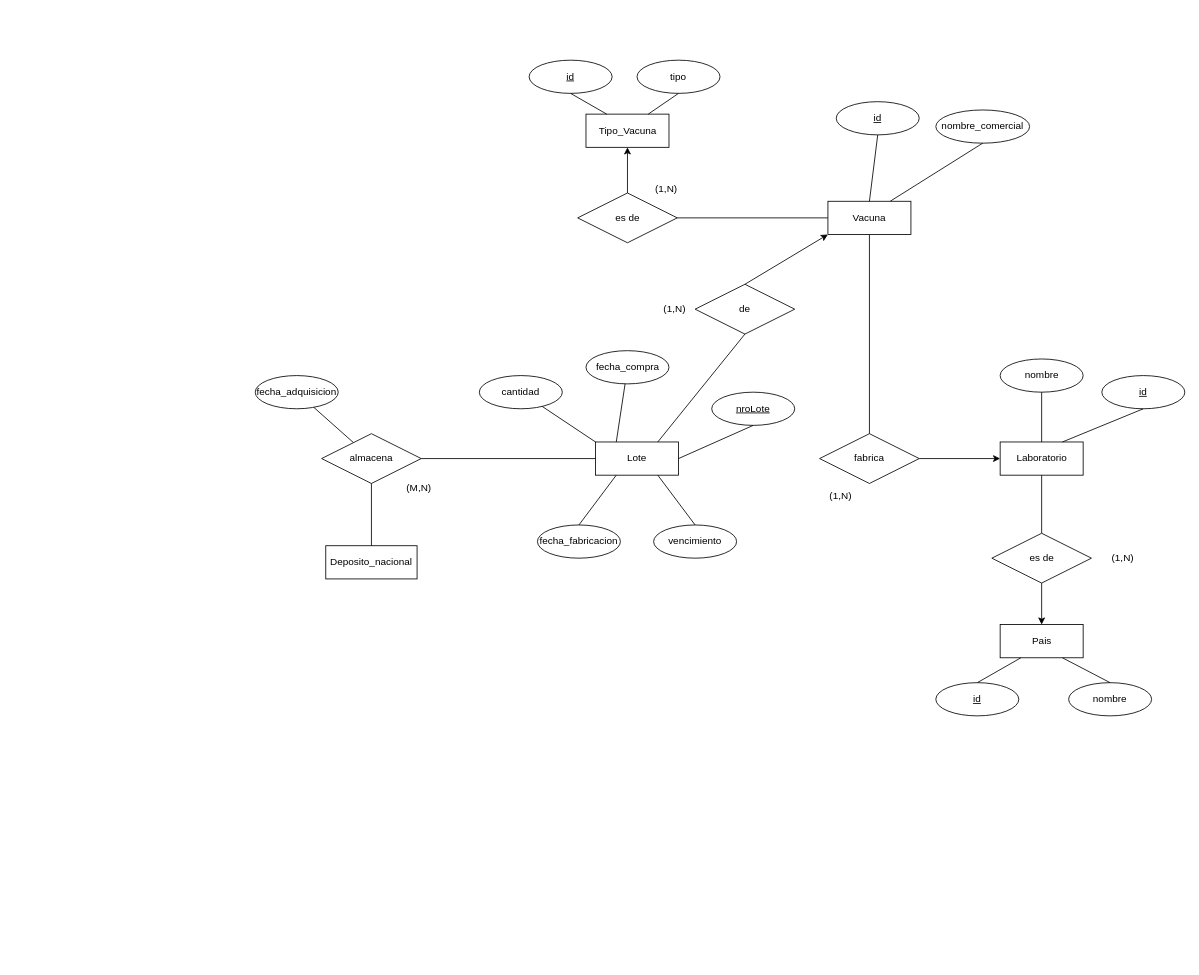
This is page "Página-6" (6 of 6) of dev/DER_Vacunatorio.drawio from Manug95/Argentina-Vacuna, a draw.io file, before an edit. Source tidied: cells renumbered, new cells numbered last; positions are measured from the earlier drawing's top-left corner, leaving out a move shared by most shapes. Both pictures are drawn from the tidied source at 83%, with x=0, y=0 at pixel (255, 60).
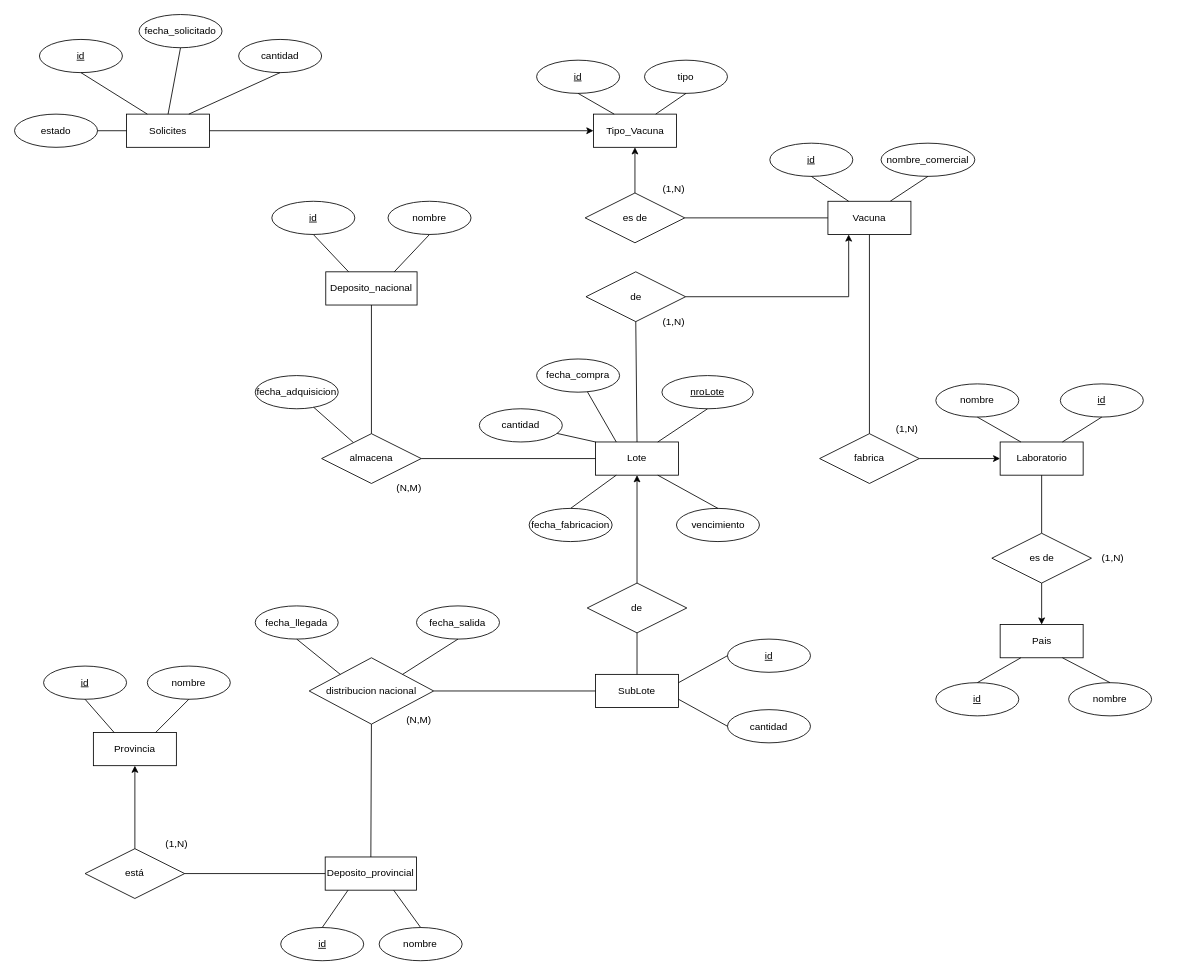
After the change.

Unchanged cells that the change refers to:
```xml
<mxCell id="2" value="Lote" style="whiteSpace=wrap;html=1;align=center;" parent="1" vertex="1">
  <mxGeometry x="410" y="460" width="100" height="40" as="geometry" />
</mxCell>
<mxCell id="3" value="Laboratorio" style="whiteSpace=wrap;html=1;align=center;" parent="1" vertex="1">
  <mxGeometry x="897.5" y="460" width="100" height="40" as="geometry" />
</mxCell>
<mxCell id="43" value="almacena" style="shape=rhombus;perimeter=rhombusPerimeter;whiteSpace=wrap;html=1;align=center;" parent="1" vertex="1">
  <mxGeometry x="80" y="450" width="120" height="60" as="geometry" />
</mxCell>
<mxCell id="49" value="Vacuna" style="whiteSpace=wrap;html=1;align=center;" parent="1" vertex="1">
  <mxGeometry x="690" y="170" width="100" height="40" as="geometry" />
</mxCell>
```

Change to the diagram source:
```diff
@@
     <mxCell id="4" value="nombre" style="ellipse;whiteSpace=wrap;html=1;align=center;" parent="1" vertex="1">
-      <mxGeometry x="897.5" y="360" width="100" height="40" as="geometry" />
+      <mxGeometry x="820" y="390" width="100" height="40" as="geometry" />
     </mxCell>
     <mxCell id="5" value="id" style="ellipse;whiteSpace=wrap;html=1;align=center;fontStyle=4;" parent="1" vertex="1">
-      <mxGeometry x="1020" y="380" width="100" height="40" as="geometry" />
+      <mxGeometry x="970" y="390" width="100" height="40" as="geometry" />
     </mxCell>
     <mxCell id="6" value="nroLote" style="ellipse;whiteSpace=wrap;html=1;align=center;fontStyle=4;" parent="1" vertex="1">
-      <mxGeometry x="550" y="400" width="100" height="40" as="geometry" />
+      <mxGeometry x="490" y="380" width="110" height="40" as="geometry" />
     </mxCell>
     <mxCell id="7" value="nombre_comercial" style="ellipse;whiteSpace=wrap;html=1;align=center;" parent="1" vertex="1">
-      <mxGeometry x="820" y="60" width="113" height="40" as="geometry" />
+      <mxGeometry x="754" y="100" width="113" height="40" as="geometry" />
     </mxCell>
     <mxCell id="8" value="fecha_fabricacion" style="ellipse;whiteSpace=wrap;html=1;align=center;" parent="1" vertex="1">
-      <mxGeometry x="340" y="560" width="100" height="40" as="geometry" />
+      <mxGeometry x="330" y="540" width="100" height="40" as="geometry" />
     </mxCell>
     <mxCell id="9" value="vencimiento" style="ellipse;whiteSpace=wrap;html=1;align=center;" parent="1" vertex="1">
-      <mxGeometry x="480" y="560" width="100" height="40" as="geometry" />
+      <mxGeometry x="507.5" y="540" width="100" height="40" as="geometry" />
     </mxCell>
@@
     <mxCell id="13" value="(1,N)" style="text;html=1;align=center;verticalAlign=middle;strokeColor=none;fillColor=none;" parent="1" vertex="1">
-      <mxGeometry x="680" y="510" width="50" height="30" as="geometry" />
+      <mxGeometry x="760" y="430" width="50" height="30" as="geometry" />
     </mxCell>
@@
-    <mxCell id="15" style="endArrow=none;html=1;rounded=0;entryX=0.5;entryY=1;entryDx=0;entryDy=0;exitX=1;exitY=0.5;exitDx=0;exitDy=0;" parent="1" edge="1" source="2" target="6">
+    <mxCell id="15" style="endArrow=none;html=1;rounded=0;entryX=0.5;entryY=1;entryDx=0;entryDy=0;exitX=0.75;exitY=0;exitDx=0;exitDy=0;" parent="1" edge="1" source="2" target="6">
       <mxGeometry relative="1" as="geometry" />
     </mxCell>
@@
-    <mxCell id="18" style="endArrow=none;html=1;rounded=0;entryX=0.5;entryY=1;entryDx=0;entryDy=0;exitX=0.5;exitY=0;exitDx=0;exitDy=0;" parent="1" edge="1" source="3" target="4">
+    <mxCell id="18" style="endArrow=none;html=1;rounded=0;entryX=0.5;entryY=1;entryDx=0;entryDy=0;exitX=0.25;exitY=0;exitDx=0;exitDy=0;" parent="1" edge="1" source="3" target="4">
       <mxGeometry relative="1" as="geometry" />
     </mxCell>
@@
     <mxCell id="21" value="Tipo_Vacuna" style="whiteSpace=wrap;html=1;align=center;" parent="1" vertex="1">
-      <mxGeometry x="398.5" y="65" width="100" height="40" as="geometry" />
+      <mxGeometry x="407.5" y="65" width="100" height="40" as="geometry" />
     </mxCell>
     <mxCell id="22" value="id" style="ellipse;whiteSpace=wrap;html=1;align=center;fontStyle=4;" parent="1" vertex="1">
-      <mxGeometry x="330" width="100" height="40" as="geometry" />
+      <mxGeometry x="339" width="100" height="40" as="geometry" />
     </mxCell>
     <mxCell id="23" value="tipo" style="ellipse;whiteSpace=wrap;html=1;align=center;" parent="1" vertex="1">
-      <mxGeometry x="460" width="100" height="40" as="geometry" />
+      <mxGeometry x="469" width="100" height="40" as="geometry" />
     </mxCell>
     <mxCell id="24" value="es de" style="shape=rhombus;perimeter=rhombusPerimeter;whiteSpace=wrap;html=1;align=center;" parent="1" vertex="1">
-      <mxGeometry x="388.5" y="160" width="120" height="60" as="geometry" />
+      <mxGeometry x="397.5" y="160" width="120" height="60" as="geometry" />
     </mxCell>
@@
     <mxCell id="29" value="(1,N)" style="text;html=1;align=center;verticalAlign=middle;strokeColor=none;fillColor=none;" parent="1" vertex="1">
-      <mxGeometry x="470" y="140" width="50" height="30" as="geometry" />
+      <mxGeometry x="479" y="140" width="50" height="30" as="geometry" />
     </mxCell>
@@
     <mxCell id="37" value="(1,N)" style="text;html=1;align=center;verticalAlign=middle;strokeColor=none;fillColor=none;" parent="1" vertex="1">
-      <mxGeometry x="1020" y="585" width="50" height="30" as="geometry" />
+      <mxGeometry x="1007.5" y="585" width="50" height="30" as="geometry" />
     </mxCell>
     <mxCell id="38" value="fecha_compra" style="ellipse;whiteSpace=wrap;html=1;align=center;" parent="1" vertex="1">
-      <mxGeometry x="398.5" y="350" width="100" height="40" as="geometry" />
+      <mxGeometry x="339" y="360" width="100" height="40" as="geometry" />
     </mxCell>
@@
     <mxCell id="42" value="Deposito_nacional" style="whiteSpace=wrap;html=1;align=center;" parent="1" vertex="1">
-      <mxGeometry x="85" y="585" width="110" height="40" as="geometry" />
+      <mxGeometry x="85" y="255" width="110" height="40" as="geometry" />
     </mxCell>
@@
-    <mxCell id="44" style="endArrow=none;html=1;rounded=0;exitX=0.5;exitY=1;exitDx=0;exitDy=0;startArrow=none;startFill=0;endFill=0;entryX=0.5;entryY=0;entryDx=0;entryDy=0;" parent="1" edge="1" source="43" target="42">
+    <mxCell id="44" style="endArrow=none;html=1;rounded=0;startArrow=none;startFill=0;endFill=0;entryX=0.5;entryY=1;entryDx=0;entryDy=0;exitX=0.5;exitY=0;exitDx=0;exitDy=0;" parent="1" edge="1" source="43" target="42">
       <mxGeometry relative="1" as="geometry" />
     </mxCell>
     <mxCell id="45" value="cantidad" style="ellipse;whiteSpace=wrap;html=1;align=center;" parent="1" vertex="1">
-      <mxGeometry x="270" y="380" width="100" height="40" as="geometry" />
+      <mxGeometry x="270" y="420" width="100" height="40" as="geometry" />
     </mxCell>
@@
-    <mxCell id="48" value="(M,N)" style="text;html=1;align=center;verticalAlign=middle;strokeColor=none;fillColor=none;" parent="1" vertex="1">
-      <mxGeometry x="171.5" y="500" width="50" height="30" as="geometry" />
+    <mxCell id="48" value="(N,M)" style="text;html=1;align=center;verticalAlign=middle;strokeColor=none;fillColor=none;" parent="1" vertex="1">
+      <mxGeometry x="160" y="500" width="50" height="30" as="geometry" />
     </mxCell>
@@
     <mxCell id="50" value="id" style="ellipse;whiteSpace=wrap;html=1;align=center;fontStyle=4;" parent="1" vertex="1">
-      <mxGeometry x="700" y="50" width="100" height="40" as="geometry" />
+      <mxGeometry x="620" y="100" width="100" height="40" as="geometry" />
     </mxCell>
-    <mxCell id="51" style="endArrow=none;html=1;rounded=0;entryX=0.5;entryY=1;entryDx=0;entryDy=0;exitX=0.5;exitY=0;exitDx=0;exitDy=0;" parent="1" edge="1" source="49" target="50">
+    <mxCell id="51" style="endArrow=none;html=1;rounded=0;entryX=0.5;entryY=1;entryDx=0;entryDy=0;exitX=0.25;exitY=0;exitDx=0;exitDy=0;" parent="1" edge="1" source="49" target="50">
       <mxGeometry relative="1" as="geometry" />
     </mxCell>
     <mxCell id="52" value="de" style="shape=rhombus;perimeter=rhombusPerimeter;whiteSpace=wrap;html=1;align=center;" parent="1" vertex="1">
-      <mxGeometry x="530" y="270" width="120" height="60" as="geometry" />
+      <mxGeometry x="398.5" y="255" width="120" height="60" as="geometry" />
     </mxCell>
-    <mxCell id="53" style="endArrow=classic;html=1;rounded=0;entryX=0;entryY=1;entryDx=0;entryDy=0;exitX=0.5;exitY=0;exitDx=0;exitDy=0;" parent="1" edge="1" source="52" target="49">
-      <mxGeometry relative="1" as="geometry" />
+    <mxCell id="53" style="endArrow=classic;html=1;rounded=0;entryX=0.25;entryY=1;entryDx=0;entryDy=0;exitX=1;exitY=0.5;exitDx=0;exitDy=0;" parent="1" edge="1" source="52" target="49">
+      <mxGeometry relative="1" as="geometry">
+        <Array as="points">
+          <mxPoint x="715" y="285" />
+        </Array>
+      </mxGeometry>
     </mxCell>
-    <mxCell id="54" style="endArrow=none;html=1;rounded=0;entryX=0.5;entryY=1;entryDx=0;entryDy=0;exitX=0.75;exitY=0;exitDx=0;exitDy=0;" parent="1" edge="1" source="2" target="52">
+    <mxCell id="54" style="endArrow=none;html=1;rounded=0;entryX=0.5;entryY=1;entryDx=0;entryDy=0;exitX=0.5;exitY=0;exitDx=0;exitDy=0;" parent="1" edge="1" source="2" target="52">
       <mxGeometry relative="1" as="geometry" />
     </mxCell>
     <mxCell id="55" value="(1,N)" style="text;html=1;align=center;verticalAlign=middle;strokeColor=none;fillColor=none;" parent="1" vertex="1">
-      <mxGeometry x="480" y="285" width="50" height="30" as="geometry" />
+      <mxGeometry x="479" y="300" width="50" height="30" as="geometry" />
     </mxCell>
+    <mxCell id="56" value="distribucion nacional" style="shape=rhombus;perimeter=rhombusPerimeter;whiteSpace=wrap;html=1;align=center;" parent="1" vertex="1">
+      <mxGeometry x="65" y="720" width="150" height="80" as="geometry" />
+    </mxCell>
+    <mxCell id="57" value="(N,M)" style="text;html=1;align=center;verticalAlign=middle;strokeColor=none;fillColor=none;" parent="1" vertex="1">
+      <mxGeometry x="171.5" y="780" width="50" height="30" as="geometry" />
+    </mxCell>
+    <mxCell id="58" value="fecha_salida" style="ellipse;whiteSpace=wrap;html=1;align=center;" parent="1" vertex="1">
+      <mxGeometry x="194.3" y="657.5" width="100" height="40" as="geometry" />
+    </mxCell>
+    <mxCell id="59" style="endArrow=none;html=1;rounded=0;entryX=1;entryY=0;entryDx=0;entryDy=0;exitX=0.5;exitY=1;exitDx=0;exitDy=0;" parent="1" edge="1" source="58" target="56">
+      <mxGeometry relative="1" as="geometry" />
+    </mxCell>
+    <mxCell id="60" value="fecha_llegada" style="ellipse;whiteSpace=wrap;html=1;align=center;" parent="1" vertex="1">
+      <mxGeometry y="657.5" width="100" height="40" as="geometry" />
+    </mxCell>
+    <mxCell id="61" style="endArrow=none;html=1;rounded=0;exitX=0.5;exitY=1;exitDx=0;exitDy=0;entryX=0;entryY=0;entryDx=0;entryDy=0;" parent="1" edge="1" source="60" target="56">
+      <mxGeometry relative="1" as="geometry" />
+    </mxCell>
+    <mxCell id="62" value="Deposito_provincial" style="whiteSpace=wrap;html=1;align=center;" parent="1" vertex="1">
+      <mxGeometry x="84.3" y="960" width="110" height="40" as="geometry" />
+    </mxCell>
+    <mxCell id="63" value="id" style="ellipse;whiteSpace=wrap;html=1;align=center;fontStyle=4;" parent="1" vertex="1">
+      <mxGeometry x="30.7" y="1045" width="100" height="40" as="geometry" />
+    </mxCell>
+    <mxCell id="64" style="endArrow=none;html=1;rounded=0;entryX=0.5;entryY=0;entryDx=0;entryDy=0;exitX=0.25;exitY=1;exitDx=0;exitDy=0;" parent="1" edge="1" source="62" target="63">
+      <mxGeometry relative="1" as="geometry" />
+    </mxCell>
+    <mxCell id="65" style="endArrow=none;html=1;rounded=0;exitX=0.5;exitY=0;exitDx=0;exitDy=0;entryX=0.5;entryY=1;entryDx=0;entryDy=0;" parent="1" edge="1" source="62" target="56">
+      <mxGeometry relative="1" as="geometry" />
+    </mxCell>
+    <mxCell id="66" value="nombre" style="ellipse;whiteSpace=wrap;html=1;align=center;" parent="1" vertex="1">
+      <mxGeometry x="149.3" y="1045" width="100" height="40" as="geometry" />
+    </mxCell>
+    <mxCell id="67" value="id" style="ellipse;whiteSpace=wrap;html=1;align=center;fontStyle=4;" parent="1" vertex="1">
+      <mxGeometry x="20" y="170" width="100" height="40" as="geometry" />
+    </mxCell>
+    <mxCell id="68" value="nombre" style="ellipse;whiteSpace=wrap;html=1;align=center;" parent="1" vertex="1">
+      <mxGeometry x="160" y="170" width="100" height="40" as="geometry" />
+    </mxCell>
+    <mxCell id="69" style="endArrow=none;html=1;rounded=0;entryX=0.75;entryY=0;entryDx=0;entryDy=0;exitX=0.5;exitY=1;exitDx=0;exitDy=0;" parent="1" edge="1" source="68" target="42">
+      <mxGeometry relative="1" as="geometry" />
+    </mxCell>
+    <mxCell id="70" style="endArrow=none;html=1;rounded=0;entryX=0.25;entryY=0;entryDx=0;entryDy=0;exitX=0.5;exitY=1;exitDx=0;exitDy=0;" parent="1" edge="1" source="67" target="42">
+      <mxGeometry relative="1" as="geometry" />
+    </mxCell>
+    <mxCell id="71" style="endArrow=none;html=1;rounded=0;entryX=0.75;entryY=1;entryDx=0;entryDy=0;exitX=0.5;exitY=0;exitDx=0;exitDy=0;" parent="1" edge="1" source="66" target="62">
+      <mxGeometry relative="1" as="geometry" />
+    </mxCell>
+    <mxCell id="72" value="Provincia" style="whiteSpace=wrap;html=1;align=center;" parent="1" vertex="1">
+      <mxGeometry x="-195" y="810" width="100" height="40" as="geometry" />
+    </mxCell>
+    <mxCell id="73" value="id" style="ellipse;whiteSpace=wrap;html=1;align=center;fontStyle=4;" parent="1" vertex="1">
+      <mxGeometry x="-255" y="730" width="100" height="40" as="geometry" />
+    </mxCell>
+    <mxCell id="74" value="nombre" style="ellipse;whiteSpace=wrap;html=1;align=center;" parent="1" vertex="1">
+      <mxGeometry x="-130" y="730" width="100" height="40" as="geometry" />
+    </mxCell>
+    <mxCell id="75" value="está" style="shape=rhombus;perimeter=rhombusPerimeter;whiteSpace=wrap;html=1;align=center;" parent="1" vertex="1">
+      <mxGeometry x="-205" y="950" width="120" height="60" as="geometry" />
+    </mxCell>
+    <mxCell id="76" style="endArrow=classic;html=1;rounded=0;entryX=0.5;entryY=1;entryDx=0;entryDy=0;exitX=0.5;exitY=0;exitDx=0;exitDy=0;startArrow=none;startFill=0;endFill=1;" parent="1" edge="1" source="75" target="72">
+      <mxGeometry relative="1" as="geometry" />
+    </mxCell>
+    <mxCell id="77" style="endArrow=none;html=1;rounded=0;entryX=0.5;entryY=1;entryDx=0;entryDy=0;exitX=0.25;exitY=0;exitDx=0;exitDy=0;" parent="1" edge="1" source="72" target="73">
+      <mxGeometry relative="1" as="geometry" />
+    </mxCell>
+    <mxCell id="78" style="endArrow=none;html=1;rounded=0;entryX=0.5;entryY=1;entryDx=0;entryDy=0;exitX=0.75;exitY=0;exitDx=0;exitDy=0;" parent="1" edge="1" source="72" target="74">
+      <mxGeometry relative="1" as="geometry" />
+    </mxCell>
+    <mxCell id="79" value="(1,N)" style="text;html=1;align=center;verticalAlign=middle;strokeColor=none;fillColor=none;" parent="1" vertex="1">
+      <mxGeometry x="-120" y="930" width="50" height="30" as="geometry" />
+    </mxCell>
+    <mxCell id="80" style="endArrow=none;html=1;rounded=0;exitX=0;exitY=0.5;exitDx=0;exitDy=0;entryX=1;entryY=0.5;entryDx=0;entryDy=0;" parent="1" edge="1" source="62" target="75">
+      <mxGeometry relative="1" as="geometry" />
+    </mxCell>
+    <mxCell id="81" value="SubLote" style="whiteSpace=wrap;html=1;align=center;" parent="1" vertex="1">
+      <mxGeometry x="410" y="740" width="100" height="40" as="geometry" />
+    </mxCell>
+    <mxCell id="82" value="id" style="ellipse;whiteSpace=wrap;html=1;align=center;fontStyle=4;" parent="1" vertex="1">
+      <mxGeometry x="569" y="697.5" width="100" height="40" as="geometry" />
+    </mxCell>
+    <mxCell id="83" value="de" style="shape=rhombus;perimeter=rhombusPerimeter;whiteSpace=wrap;html=1;align=center;" parent="1" vertex="1">
+      <mxGeometry x="400" y="630" width="120" height="60" as="geometry" />
+    </mxCell>
+    <mxCell id="84" style="endArrow=classic;html=1;rounded=0;entryX=0.5;entryY=1;entryDx=0;entryDy=0;exitX=0.5;exitY=0;exitDx=0;exitDy=0;" parent="1" edge="1" source="83" target="2">
+      <mxGeometry relative="1" as="geometry" />
+    </mxCell>
+    <mxCell id="85" style="endArrow=none;html=1;rounded=0;entryX=0.5;entryY=1;entryDx=0;entryDy=0;exitX=0.5;exitY=0;exitDx=0;exitDy=0;" parent="1" edge="1" source="81" target="83">
+      <mxGeometry relative="1" as="geometry" />
+    </mxCell>
+    <mxCell id="86" value="cantidad" style="ellipse;whiteSpace=wrap;html=1;align=center;" parent="1" vertex="1">
+      <mxGeometry x="569" y="782.5" width="100" height="40" as="geometry" />
+    </mxCell>
+    <mxCell id="87" style="endArrow=none;html=1;rounded=0;entryX=0;entryY=0.5;entryDx=0;entryDy=0;exitX=1;exitY=0.5;exitDx=0;exitDy=0;" parent="1" edge="1" source="56" target="81">
+      <mxGeometry relative="1" as="geometry" />
+    </mxCell>
+    <mxCell id="88" style="endArrow=none;html=1;rounded=0;entryX=0;entryY=0.5;entryDx=0;entryDy=0;exitX=1;exitY=0.25;exitDx=0;exitDy=0;" parent="1" edge="1" source="81" target="82">
+      <mxGeometry relative="1" as="geometry" />
+    </mxCell>
+    <mxCell id="89" style="endArrow=none;html=1;rounded=0;entryX=0;entryY=0.5;entryDx=0;entryDy=0;exitX=1;exitY=0.75;exitDx=0;exitDy=0;" parent="1" edge="1" source="81" target="86">
+      <mxGeometry relative="1" as="geometry" />
+    </mxCell>
+    <mxCell id="90" value="Solicites" style="whiteSpace=wrap;html=1;align=center;" parent="1" vertex="1">
+      <mxGeometry x="-155" y="65" width="100" height="40" as="geometry" />
+    </mxCell>
+    <mxCell id="91" value="id" style="ellipse;whiteSpace=wrap;html=1;align=center;fontStyle=4;" parent="1" vertex="1">
+      <mxGeometry x="-260" y="-25" width="100" height="40" as="geometry" />
+    </mxCell>
+    <mxCell id="92" value="fecha_solicitado" style="ellipse;whiteSpace=wrap;html=1;align=center;" parent="1" vertex="1">
+      <mxGeometry x="-140" y="-55" width="100" height="40" as="geometry" />
+    </mxCell>
+    <mxCell id="93" value="cantidad" style="ellipse;whiteSpace=wrap;html=1;align=center;" parent="1" vertex="1">
+      <mxGeometry x="-20" y="-25" width="100" height="40" as="geometry" />
+    </mxCell>
+    <mxCell id="94" value="estado" style="ellipse;whiteSpace=wrap;html=1;align=center;" parent="1" vertex="1">
+      <mxGeometry x="-290" y="65" width="100" height="40" as="geometry" />
+    </mxCell>
+    <mxCell id="95" style="endArrow=classic;html=1;rounded=0;entryX=0;entryY=0.5;entryDx=0;entryDy=0;exitX=1;exitY=0.5;exitDx=0;exitDy=0;" parent="1" edge="1" source="90" target="21">
+      <mxGeometry relative="1" as="geometry" />
+    </mxCell>
+    <mxCell id="96" style="endArrow=none;html=1;rounded=0;entryX=0.5;entryY=1;entryDx=0;entryDy=0;exitX=0.75;exitY=0;exitDx=0;exitDy=0;" parent="1" edge="1" source="90" target="93">
+      <mxGeometry relative="1" as="geometry" />
+    </mxCell>
+    <mxCell id="97" style="endArrow=none;html=1;rounded=0;entryX=0.5;entryY=1;entryDx=0;entryDy=0;exitX=0.5;exitY=0;exitDx=0;exitDy=0;" parent="1" edge="1" source="90" target="92">
+      <mxGeometry relative="1" as="geometry" />
+    </mxCell>
+    <mxCell id="98" style="endArrow=none;html=1;rounded=0;entryX=0.5;entryY=1;entryDx=0;entryDy=0;exitX=0.25;exitY=0;exitDx=0;exitDy=0;" parent="1" edge="1" source="90" target="91">
+      <mxGeometry relative="1" as="geometry" />
+    </mxCell>
+    <mxCell id="99" style="endArrow=none;html=1;rounded=0;entryX=0;entryY=0.5;entryDx=0;entryDy=0;exitX=1;exitY=0.5;exitDx=0;exitDy=0;" parent="1" edge="1" source="94" target="90">
+      <mxGeometry relative="1" as="geometry" />
+    </mxCell>
```
